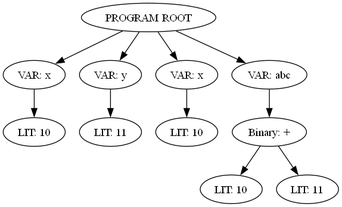
Above: ast.png in dawabeza/MY-LAGUAGE (Graphviz), before the change. Its source is kept beside it as ast.dot.
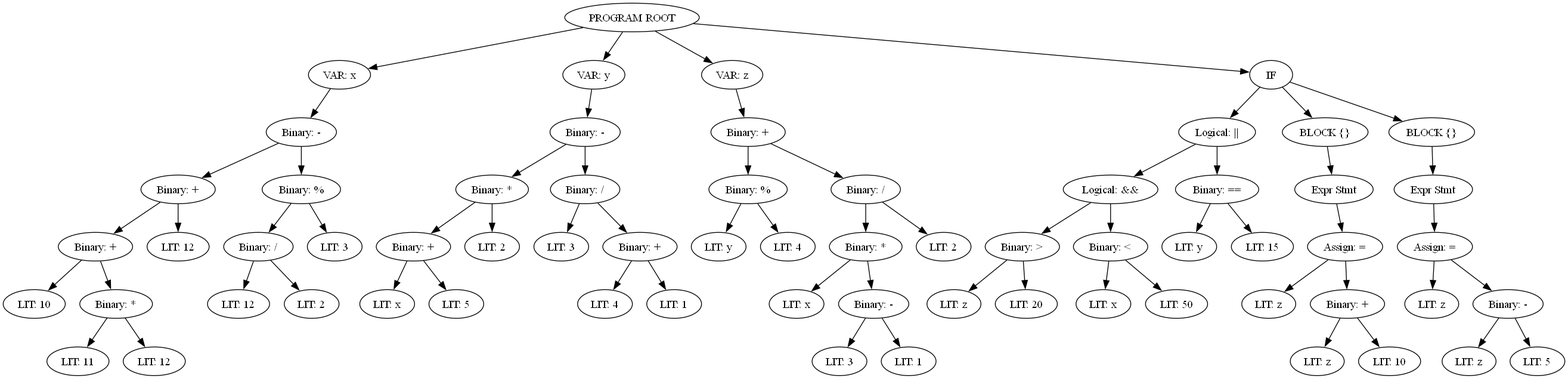
Above is the later version.

What changed in the source:
```diff
@@ -3,22 +3,130 @@
     N0 [label="PROGRAM ROOT"];
     N1 [label="VAR: x"];
     N0 -> N1;
-    N2 [label="LIT: 10"];
+    N2 [label="Binary: -"];
     N1 -> N2;
-    N3 [label="VAR: y"];
-    N0 -> N3;
-    N4 [label="LIT: 11"];
+    N3 [label="Binary: +"];
+    N2 -> N3;
+    N4 [label="Binary: +"];
     N3 -> N4;
-    N5 [label="VAR: x"];
-    N0 -> N5;
-    N6 [label="LIT: 10"];
-    N5 -> N6;
-    N7 [label="VAR: abc"];
-    N0 -> N7;
-    N8 [label="Binary: +"];
-    N7 -> N8;
-    N9 [label="LIT: 10"];
-    N8 -> N9;
-    N10 [label="LIT: 11"];
-    N8 -> N10;
+    N5 [label="LIT: 10"];
+    N4 -> N5;
+    N6 [label="Binary: *"];
+    N4 -> N6;
+    N7 [label="LIT: 11"];
+    N6 -> N7;
+    N8 [label="LIT: 12"];
+    N6 -> N8;
+    N9 [label="LIT: 12"];
+    N3 -> N9;
+    N10 [label="Binary: %"];
+    N2 -> N10;
+    N11 [label="Binary: /"];
+    N10 -> N11;
+    N12 [label="LIT: 12"];
+    N11 -> N12;
+    N13 [label="LIT: 2"];
+    N11 -> N13;
+    N14 [label="LIT: 3"];
+    N10 -> N14;
+    N15 [label="VAR: y"];
+    N0 -> N15;
+    N16 [label="Binary: -"];
+    N15 -> N16;
+    N17 [label="Binary: *"];
+    N16 -> N17;
+    N18 [label="Binary: +"];
+    N17 -> N18;
+    N19 [label="LIT: x"];
+    N18 -> N19;
+    N20 [label="LIT: 5"];
+    N18 -> N20;
+    N21 [label="LIT: 2"];
+    N17 -> N21;
+    N22 [label="Binary: /"];
+    N16 -> N22;
+    N23 [label="LIT: 3"];
+    N22 -> N23;
+    N24 [label="Binary: +"];
+    N22 -> N24;
+    N25 [label="LIT: 4"];
+    N24 -> N25;
+    N26 [label="LIT: 1"];
+    N24 -> N26;
+    N27 [label="VAR: z"];
+    N0 -> N27;
+    N28 [label="Binary: +"];
+    N27 -> N28;
+    N29 [label="Binary: %"];
+    N28 -> N29;
+    N30 [label="LIT: y"];
+    N29 -> N30;
+    N31 [label="LIT: 4"];
+    N29 -> N31;
+    N32 [label="Binary: /"];
+    N28 -> N32;
+    N33 [label="Binary: *"];
+    N32 -> N33;
+    N34 [label="LIT: x"];
+    N33 -> N34;
+    N35 [label="Binary: -"];
+    N33 -> N35;
+    N36 [label="LIT: 3"];
+    N35 -> N36;
+    N37 [label="LIT: 1"];
+    N35 -> N37;
+    N38 [label="LIT: 2"];
+    N32 -> N38;
+    N39 [label="IF"];
+    N0 -> N39;
+    N40 [label="Logical: ||"];
+    N39 -> N40;
+    N41 [label="Logical: &&"];
+    N40 -> N41;
+    N42 [label="Binary: >"];
+    N41 -> N42;
+    N43 [label="LIT: z"];
+    N42 -> N43;
+    N44 [label="LIT: 20"];
+    N42 -> N44;
+    N45 [label="Binary: <"];
+    N41 -> N45;
+    N46 [label="LIT: x"];
+    N45 -> N46;
+    N47 [label="LIT: 50"];
+    N45 -> N47;
+    N48 [label="Binary: =="];
+    N40 -> N48;
+    N49 [label="LIT: y"];
+    N48 -> N49;
+    N50 [label="LIT: 15"];
+    N48 -> N50;
+    N51 [label="BLOCK {}"];
+    N39 -> N51;
+    N52 [label="Expr Stmt"];
+    N51 -> N52;
+    N53 [label="Assign: ="];
+    N52 -> N53;
+    N54 [label="LIT: z"];
+    N53 -> N54;
+    N55 [label="Binary: +"];
+    N53 -> N55;
+    N56 [label="LIT: z"];
+    N55 -> N56;
+    N57 [label="LIT: 10"];
+    N55 -> N57;
+    N58 [label="BLOCK {}"];
+    N39 -> N58;
+    N59 [label="Expr Stmt"];
+    N58 -> N59;
+    N60 [label="Assign: ="];
+    N59 -> N60;
+    N61 [label="LIT: z"];
+    N60 -> N61;
+    N62 [label="Binary: -"];
+    N60 -> N62;
+    N63 [label="LIT: z"];
+    N62 -> N63;
+    N64 [label="LIT: 5"];
+    N62 -> N64;
 }
```
